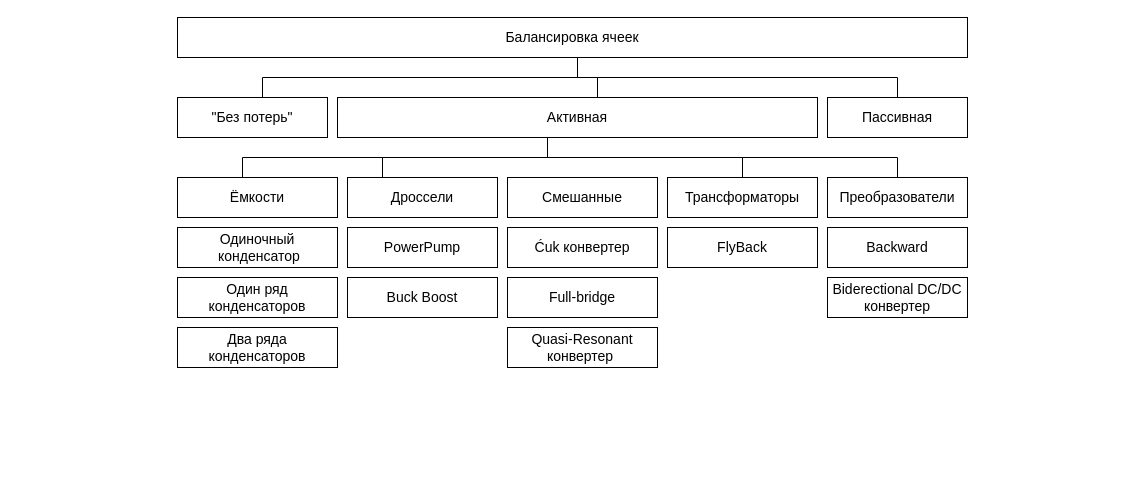
Earlier version of the draw.io diagram img/diagrams/Classification.drawio (buglalis/degree). Source tidied: cells renumbered, new cells numbered last; positions are measured from the earlier drawing's top-left corner, leaving out a move shared by most shapes. Both pictures are drawn from the tidied source at 100%, with x=0, y=0 at pixel (177, 17).
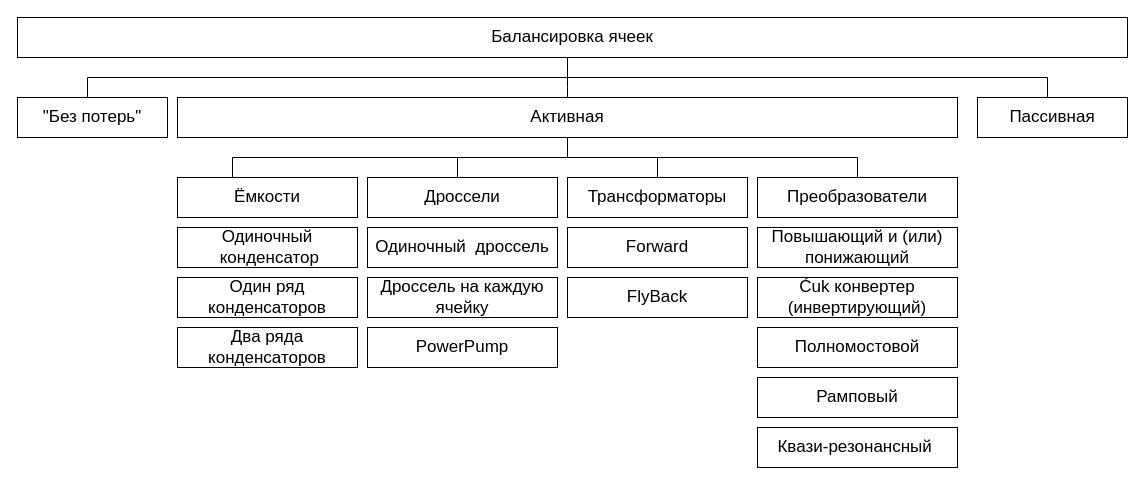
The same diagram, later.

Change to the diagram source:
```diff
@@
-    <mxCell id="2" style="edgeStyle=orthogonalEdgeStyle;rounded=0;jettySize=auto;html=1;endArrow=none;endFill=0;fontSize=14;" parent="1" edge="1" source="4" target="5">
+    <mxCell id="2" style="edgeStyle=orthogonalEdgeStyle;rounded=0;jettySize=auto;html=1;endArrow=none;endFill=0;fontSize=17;" parent="1" edge="1" source="4" target="5">
       <mxGeometry relative="1" as="geometry">
         <Array as="points">
-          <mxPoint x="400" y="60" />
-          <mxPoint x="720" y="60" />
+          <mxPoint x="390" y="60" />
+          <mxPoint x="870" y="60" />
         </Array>
       </mxGeometry>
     </mxCell>
-    <mxCell id="3" style="edgeStyle=orthogonalEdgeStyle;rounded=0;jettySize=auto;html=1;endArrow=none;endFill=0;fontSize=14;" parent="1" edge="1" source="4" target="9">
+    <mxCell id="3" style="edgeStyle=orthogonalEdgeStyle;rounded=0;jettySize=auto;html=1;endArrow=none;endFill=0;fontSize=17;" parent="1" edge="1" source="4" target="9">
       <mxGeometry relative="1" as="geometry">
         <Array as="points">
-          <mxPoint x="400" y="60" />
-          <mxPoint x="420" y="60" />
+          <mxPoint x="390" y="70" />
+          <mxPoint x="390" y="70" />
         </Array>
       </mxGeometry>
     </mxCell>
-    <mxCell id="4" value="Балансировка ячеек" style="rounded=0;whiteSpace=wrap;html=1;fontSize=14;" parent="1" vertex="1">
-      <mxGeometry width="790" height="40" as="geometry" />
+    <mxCell id="4" value="Балансировка ячеек" style="rounded=0;whiteSpace=wrap;html=1;fontSize=17;" parent="1" vertex="1">
+      <mxGeometry x="-160" width="1110" height="40" as="geometry" />
     </mxCell>
-    <mxCell id="5" value="Пассивная" style="rounded=0;whiteSpace=wrap;html=1;fontSize=14;" parent="1" vertex="1">
-      <mxGeometry x="650" y="80" width="140" height="40" as="geometry" />
+    <mxCell id="5" value="Пассивная" style="rounded=0;whiteSpace=wrap;html=1;fontSize=17;" parent="1" vertex="1">
+      <mxGeometry x="800" y="80" width="150" height="40" as="geometry" />
     </mxCell>
-    <mxCell id="6" style="edgeStyle=orthogonalEdgeStyle;rounded=0;jettySize=auto;html=1;strokeColor=default;align=center;verticalAlign=middle;fontFamily=Helvetica;fontSize=14;fontColor=default;labelBackgroundColor=default;endArrow=none;endFill=0;" parent="1" edge="1" source="9" target="10">
+    <mxCell id="6" style="edgeStyle=orthogonalEdgeStyle;rounded=0;orthogonalLoop=1;jettySize=auto;html=1;strokeColor=default;align=center;verticalAlign=middle;fontFamily=Helvetica;fontSize=17;fontColor=default;labelBackgroundColor=default;endArrow=none;endFill=0;" parent="1" edge="1">
       <mxGeometry relative="1" as="geometry">
+        <mxPoint x="390" y="120" as="sourcePoint" />
+        <mxPoint x="55" y="160" as="targetPoint" />
         <Array as="points">
-          <mxPoint x="370" y="140" />
-          <mxPoint x="65" y="140" />
+          <mxPoint x="390" y="140" />
+          <mxPoint x="55" y="140" />
         </Array>
       </mxGeometry>
     </mxCell>
-    <mxCell id="7" style="edgeStyle=orthogonalEdgeStyle;rounded=0;jettySize=auto;html=1;strokeColor=default;align=center;verticalAlign=middle;fontFamily=Helvetica;fontSize=14;fontColor=default;labelBackgroundColor=default;endArrow=none;endFill=0;" parent="1" edge="1" source="9" target="11">
+    <mxCell id="7" style="edgeStyle=orthogonalEdgeStyle;rounded=0;jettySize=auto;html=1;strokeColor=default;align=center;verticalAlign=middle;fontFamily=Helvetica;fontSize=17;fontColor=default;labelBackgroundColor=default;endArrow=none;endFill=0;" parent="1" edge="1" source="9" target="11">
       <mxGeometry relative="1" as="geometry">
         <Array as="points">
-          <mxPoint x="370" y="140" />
-          <mxPoint x="205" y="140" />
+          <mxPoint x="390" y="140" />
+          <mxPoint x="280" y="140" />
         </Array>
       </mxGeometry>
     </mxCell>
-    <mxCell id="8" style="edgeStyle=orthogonalEdgeStyle;rounded=0;jettySize=auto;html=1;strokeColor=default;align=center;verticalAlign=middle;fontFamily=Helvetica;fontSize=14;fontColor=default;labelBackgroundColor=default;endArrow=none;endFill=0;" parent="1" edge="1" source="9" target="12">
+    <mxCell id="8" style="edgeStyle=orthogonalEdgeStyle;rounded=0;jettySize=auto;html=1;strokeColor=default;align=center;verticalAlign=middle;fontFamily=Helvetica;fontSize=17;fontColor=default;labelBackgroundColor=default;endArrow=none;endFill=0;" parent="1" edge="1" source="9" target="12">
       <mxGeometry relative="1" as="geometry">
         <Array as="points">
-          <mxPoint x="370" y="140" />
-          <mxPoint x="720" y="140" />
+          <mxPoint x="390" y="140" />
+          <mxPoint x="680" y="140" />
         </Array>
       </mxGeometry>
     </mxCell>
-    <mxCell id="9" value="Активная" style="rounded=0;whiteSpace=wrap;html=1;fontSize=14;" parent="1" vertex="1">
-      <mxGeometry x="160" y="80" width="480" height="40" as="geometry" />
+    <mxCell id="9" value="Активная" style="rounded=0;whiteSpace=wrap;html=1;fontSize=17;" parent="1" vertex="1">
+      <mxGeometry y="80" width="780" height="40" as="geometry" />
     </mxCell>
-    <mxCell id="10" value="Ёмкости" style="rounded=0;whiteSpace=wrap;html=1;fontSize=14;" parent="1" vertex="1">
-      <mxGeometry y="160" width="160" height="40" as="geometry" />
+    <mxCell id="10" value="Ёмкости" style="rounded=0;whiteSpace=wrap;html=1;fontSize=17;" parent="1" vertex="1">
+      <mxGeometry y="160" width="180" height="40" as="geometry" />
     </mxCell>
-    <mxCell id="11" value="Дроссели" style="rounded=0;whiteSpace=wrap;html=1;fontSize=14;" parent="1" vertex="1">
-      <mxGeometry x="170" y="160" width="150" height="40" as="geometry" />
+    <mxCell id="11" value="Дроссели" style="rounded=0;whiteSpace=wrap;html=1;fontSize=17;" parent="1" vertex="1">
+      <mxGeometry x="190" y="160" width="190" height="40" as="geometry" />
     </mxCell>
-    <mxCell id="12" value="Преобразователи" style="rounded=0;whiteSpace=wrap;html=1;fontSize=14;" parent="1" vertex="1">
-      <mxGeometry x="650" y="160" width="140" height="40" as="geometry" />
+    <mxCell id="12" value="Преобразователи" style="rounded=0;whiteSpace=wrap;html=1;fontSize=17;" parent="1" vertex="1">
+      <mxGeometry x="580" y="160" width="200" height="40" as="geometry" />
     </mxCell>
-    <mxCell id="13" value="Одиночный &lt;span style=&quot;background-color: initial;&quot;&gt;&amp;nbsp;конденсатор&lt;/span&gt;" style="rounded=0;whiteSpace=wrap;html=1;fontSize=14;" parent="1" vertex="1">
-      <mxGeometry y="210" width="160" height="40" as="geometry" />
+    <mxCell id="13" value="Одиночный &lt;span style=&quot;background-color: initial;&quot;&gt;&amp;nbsp;конденсатор&lt;/span&gt;" style="rounded=0;whiteSpace=wrap;html=1;fontSize=17;" parent="1" vertex="1">
+      <mxGeometry y="210" width="180" height="40" as="geometry" />
     </mxCell>
-    <mxCell id="14" value="Один ряд&lt;div&gt;конденсаторов&lt;/div&gt;" style="rounded=0;whiteSpace=wrap;html=1;fontSize=14;" parent="1" vertex="1">
-      <mxGeometry y="260" width="160" height="40" as="geometry" />
+    <mxCell id="14" value="Один ряд&lt;div&gt;конденсаторов&lt;/div&gt;" style="rounded=0;whiteSpace=wrap;html=1;fontSize=17;" parent="1" vertex="1">
+      <mxGeometry y="260" width="180" height="40" as="geometry" />
     </mxCell>
-    <mxCell id="15" value="Два ряда&lt;div&gt;конденсаторов&lt;/div&gt;" style="rounded=0;whiteSpace=wrap;html=1;fontSize=14;" parent="1" vertex="1">
-      <mxGeometry y="310" width="160" height="40" as="geometry" />
+    <mxCell id="15" value="Два ряда&lt;div&gt;конденсаторов&lt;/div&gt;" style="rounded=0;whiteSpace=wrap;html=1;fontSize=17;" parent="1" vertex="1">
+      <mxGeometry y="310" width="180" height="40" as="geometry" />
     </mxCell>
-    <mxCell id="16" value="Buck Boost" style="rounded=0;whiteSpace=wrap;html=1;fontSize=14;" parent="1" vertex="1">
-      <mxGeometry x="170" y="260" width="150" height="40" as="geometry" />
-    </mxCell>
-    <mxCell id="17" value="PowerPump" style="rounded=0;whiteSpace=wrap;html=1;fontSize=14;" parent="1" vertex="1">
-      <mxGeometry x="170" y="210" width="150" height="40" as="geometry" />
+    <mxCell id="17" value="PowerPump" style="rounded=0;whiteSpace=wrap;html=1;fontSize=17;" parent="1" vertex="1">
+      <mxGeometry x="190" y="310" width="190" height="40" as="geometry" />
     </mxCell>
-    <mxCell id="18" value="Biderectional DC/DC&lt;div&gt;конвертер&lt;/div&gt;" style="rounded=0;whiteSpace=wrap;html=1;fontSize=14;" parent="1" vertex="1">
-      <mxGeometry x="650" y="260" width="140" height="40" as="geometry" />
-    </mxCell>
-    <mxCell id="19" value="FlyBack" style="rounded=0;whiteSpace=wrap;html=1;fontSize=14;" parent="1" vertex="1">
-      <mxGeometry x="490" y="210" width="150" height="40" as="geometry" />
-    </mxCell>
-    <mxCell id="20" style="edgeStyle=orthogonalEdgeStyle;rounded=0;jettySize=auto;html=1;endArrow=none;startFill=0;fontSize=14;" parent="1" edge="1" source="21" target="4">
+    <mxCell id="20" style="edgeStyle=orthogonalEdgeStyle;rounded=0;jettySize=auto;html=1;endArrow=none;startFill=0;fontSize=17;" parent="1" edge="1" source="21" target="4">
       <mxGeometry relative="1" as="geometry">
         <Array as="points">
-          <mxPoint x="85" y="60" />
-          <mxPoint x="400" y="60" />
+          <mxPoint x="-90" y="60" />
+          <mxPoint x="390" y="60" />
         </Array>
       </mxGeometry>
     </mxCell>
-    <mxCell id="21" value="&quot;Без потерь&quot;" style="rounded=0;whiteSpace=wrap;html=1;fontSize=14;" parent="1" vertex="1">
-      <mxGeometry y="80" width="150" height="40" as="geometry" />
+    <mxCell id="21" value="&quot;Без потерь&quot;" style="rounded=0;whiteSpace=wrap;html=1;fontSize=17;" parent="1" vertex="1">
+      <mxGeometry x="-160" y="80" width="150" height="40" as="geometry" />
     </mxCell>
-    <mxCell id="22" style="edgeStyle=orthogonalEdgeStyle;rounded=0;jettySize=auto;html=1;endArrow=none;startFill=0;fontSize=14;" parent="1" edge="1" source="23" target="9">
+    <mxCell id="22" style="edgeStyle=orthogonalEdgeStyle;rounded=0;jettySize=auto;html=1;endArrow=none;startFill=0;fontSize=17;" parent="1" edge="1" source="23" target="9">
       <mxGeometry relative="1" as="geometry">
         <Array as="points">
-          <mxPoint x="565" y="140" />
-          <mxPoint x="370" y="140" />
+          <mxPoint x="480" y="140" />
+          <mxPoint x="390" y="140" />
         </Array>
       </mxGeometry>
     </mxCell>
-    <mxCell id="23" value="Трансформаторы" style="rounded=0;whiteSpace=wrap;html=1;fontSize=14;" parent="1" vertex="1">
-      <mxGeometry x="490" y="160" width="150" height="40" as="geometry" />
+    <mxCell id="23" value="Трансформаторы" style="rounded=0;whiteSpace=wrap;html=1;fontSize=17;" parent="1" vertex="1">
+      <mxGeometry x="390" y="160" width="180" height="40" as="geometry" />
     </mxCell>
-    <mxCell id="24" value="Смешанные" style="rounded=0;whiteSpace=wrap;html=1;fontSize=14;" parent="1" vertex="1">
-      <mxGeometry x="330" y="160" width="150" height="40" as="geometry" />
-    </mxCell>
-    <mxCell id="25" value="Ćuk конвертер" style="rounded=0;whiteSpace=wrap;html=1;fontSize=14;" parent="1" vertex="1">
-      <mxGeometry x="330" y="210" width="150" height="40" as="geometry" />
+    <mxCell id="25" value="Ćuk конвертер (инвертирующий)" style="rounded=0;whiteSpace=wrap;html=1;fontSize=17;" parent="1" vertex="1">
+      <mxGeometry x="580" y="260" width="200" height="40" as="geometry" />
     </mxCell>
-    <mxCell id="26" value="Full-bridge" style="rounded=0;whiteSpace=wrap;html=1;fontSize=14;" parent="1" vertex="1">
-      <mxGeometry x="330" y="260" width="150" height="40" as="geometry" />
+    <mxCell id="26" value="Полномостовой" style="rounded=0;whiteSpace=wrap;html=1;fontSize=17;" parent="1" vertex="1">
+      <mxGeometry x="580" y="310" width="200" height="40" as="geometry" />
     </mxCell>
-    <mxCell id="27" value="Quasi-Resonant&lt;div&gt;конвертер&amp;nbsp;&lt;/div&gt;" style="rounded=0;whiteSpace=wrap;html=1;fontSize=14;" parent="1" vertex="1">
-      <mxGeometry x="330" y="310" width="150" height="40" as="geometry" />
+    <mxCell id="27" value="Квази-резонансный&lt;span style=&quot;background-color: transparent; color: light-dark(rgb(0, 0, 0), rgb(255, 255, 255));&quot;&gt;&amp;nbsp;&lt;/span&gt;" style="rounded=0;whiteSpace=wrap;html=1;fontSize=17;" parent="1" vertex="1">
+      <mxGeometry x="580" y="410" width="200" height="40" as="geometry" />
     </mxCell>
-    <mxCell id="28" value="Backward" style="rounded=0;whiteSpace=wrap;html=1;fontSize=14;" parent="1" vertex="1">
-      <mxGeometry x="650" y="210" width="140" height="40" as="geometry" />
-    </mxCell>
+    <mxCell id="29" value="Повышающий и (или) понижающий" style="rounded=0;whiteSpace=wrap;html=1;fontSize=17;" parent="1" vertex="1">
+      <mxGeometry x="580" y="210" width="200" height="40" as="geometry" />
+    </mxCell>
+    <mxCell id="30" value="Рамповый" style="rounded=0;whiteSpace=wrap;html=1;fontSize=17;" parent="1" vertex="1">
+      <mxGeometry x="580" y="360" width="200" height="40" as="geometry" />
+    </mxCell>
+    <mxCell id="31" value="Forward" style="rounded=0;whiteSpace=wrap;html=1;fontSize=17;" parent="1" vertex="1">
+      <mxGeometry x="390" y="210" width="180" height="40" as="geometry" />
+    </mxCell>
+    <mxCell id="19" value="FlyBack" style="rounded=0;whiteSpace=wrap;html=1;fontSize=17;" parent="1" vertex="1">
+      <mxGeometry x="390" y="260" width="180" height="40" as="geometry" />
+    </mxCell>
+    <mxCell id="32" value="Одиночный &lt;span style=&quot;background-color: initial;&quot;&gt;&amp;nbsp;дроссель&lt;/span&gt;" style="rounded=0;whiteSpace=wrap;html=1;fontSize=17;" parent="1" vertex="1">
+      <mxGeometry x="190" y="210" width="190" height="40" as="geometry" />
+    </mxCell>
+    <mxCell id="33" value="Дроссель на каждую&lt;div&gt;ячейку&lt;/div&gt;" style="rounded=0;whiteSpace=wrap;html=1;fontSize=17;" parent="1" vertex="1">
+      <mxGeometry x="190" y="260" width="190" height="40" as="geometry" />
+    </mxCell>
```
